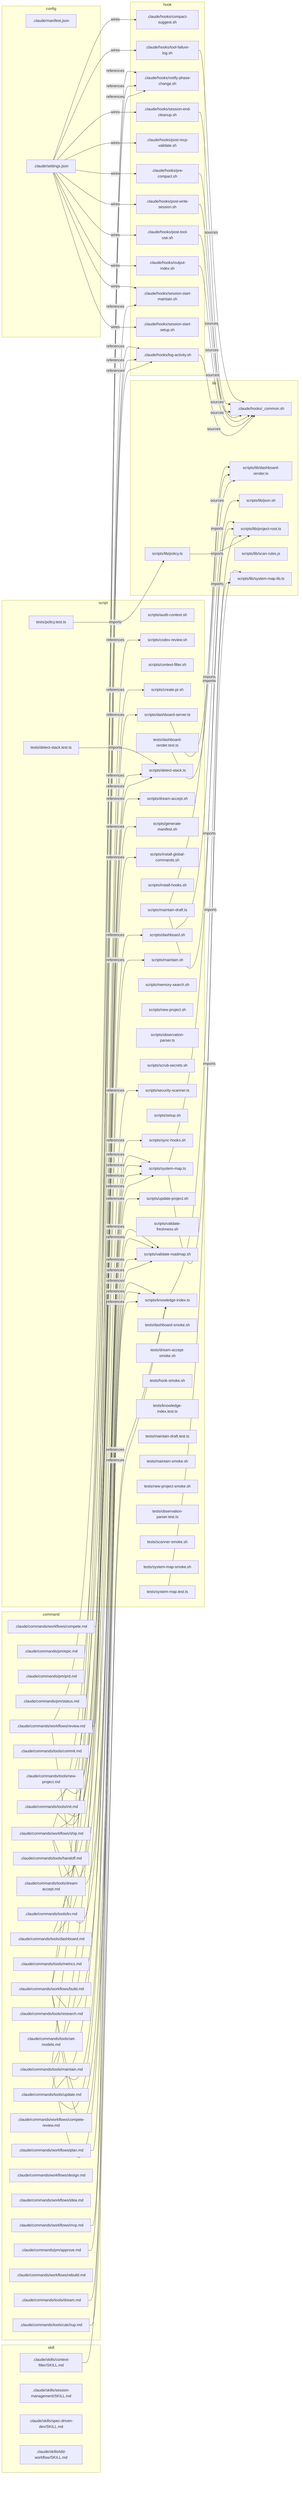
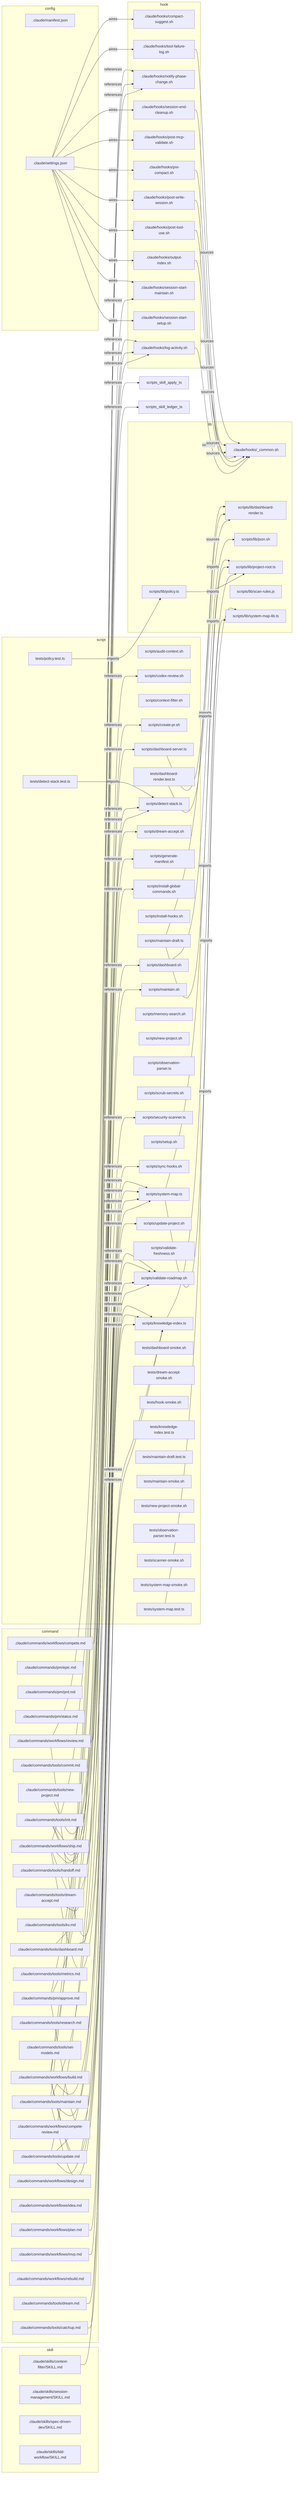
flowchart LR
  subgraph command
    c_pm_approve[".claude/commands/pm/approve.md"]
    c_pm_epic[".claude/commands/pm/epic.md"]
    c_pm_prd[".claude/commands/pm/prd.md"]
    c_pm_status[".claude/commands/pm/status.md"]
    c_tools_catchup[".claude/commands/tools/catchup.md"]
    c_tools_commit[".claude/commands/tools/commit.md"]
    c_tools_dashboard[".claude/commands/tools/dashboard.md"]
    c_tools_dream_accept[".claude/commands/tools/dream-accept.md"]
    c_tools_dream[".claude/commands/tools/dream.md"]
    c_tools_handoff[".claude/commands/tools/handoff.md"]
    c_tools_init[".claude/commands/tools/init.md"]
    c_tools_kv[".claude/commands/tools/kv.md"]
    c_tools_maintain[".claude/commands/tools/maintain.md"]
    c_tools_metrics[".claude/commands/tools/metrics.md"]
    c_tools_new_project[".claude/commands/tools/new-project.md"]
    c_tools_research[".claude/commands/tools/research.md"]
    c_tools_set_models[".claude/commands/tools/set-models.md"]
    c_tools_update[".claude/commands/tools/update.md"]
    c_workflows_build[".claude/commands/workflows/build.md"]
    c_workflows_compete_review[".claude/commands/workflows/compete-review.md"]
    c_workflows_compete[".claude/commands/workflows/compete.md"]
    c_workflows_design[".claude/commands/workflows/design.md"]
    c_workflows_idea[".claude/commands/workflows/idea.md"]
    c_workflows_mvp[".claude/commands/workflows/mvp.md"]
    c_workflows_plan[".claude/commands/workflows/plan.md"]
    c_workflows_rebuild[".claude/commands/workflows/rebuild.md"]
    c_workflows_review[".claude/commands/workflows/review.md"]
    c_workflows_ship[".claude/commands/workflows/ship.md"]
  end
  subgraph config
    cfg_manifest[".claude/manifest.json"]
    cfg_settings[".claude/settings.json"]
  end
  subgraph hook
    h_compact_suggest[".claude/hooks/compact-suggest.sh"]
    h_log_activity[".claude/hooks/log-activity.sh"]
    h_notify_phase_change[".claude/hooks/notify-phase-change.sh"]
    h_output_index[".claude/hooks/output-index.sh"]
    h_post_mcp_validate[".claude/hooks/post-mcp-validate.sh"]
    h_post_tool_use[".claude/hooks/post-tool-use.sh"]
    h_post_write_session[".claude/hooks/post-write-session.sh"]
    h_pre_compact[".claude/hooks/pre-compact.sh"]
    h_session_end_cleanup[".claude/hooks/session-end-cleanup.sh"]
    h_session_start_maintain[".claude/hooks/session-start-maintain.sh"]
    h_session_start_setup[".claude/hooks/session-start-setup.sh"]
    h_tool_failure_log[".claude/hooks/tool-failure-log.sh"]
  end
  subgraph lib
    l_common[".claude/hooks/_common.sh"]
    l_dashboard_render["scripts/lib/dashboard-render.ts"]
    l_json["scripts/lib/json.sh"]
    l_policy["scripts/lib/policy.ts"]
    l_project_root["scripts/lib/project-root.ts"]
    l_scan_rules["scripts/lib/scan-rules.js"]
    l_system_map_lib["scripts/lib/system-map-lib.ts"]
  end
  subgraph script
    s_audit_context["scripts/audit-context.sh"]
    s_codex_review["scripts/codex-review.sh"]
    s_context_filter["scripts/context-filter.sh"]
    s_create_pr["scripts/create-pr.sh"]
    s_dashboard_server["scripts/dashboard-server.ts"]
    s_dashboard["scripts/dashboard.sh"]
    s_detect_stack["scripts/detect-stack.ts"]
    s_dream_accept["scripts/dream-accept.sh"]
    s_generate_manifest["scripts/generate-manifest.sh"]
    s_install_global_commands["scripts/install-global-commands.sh"]
    s_install_hooks["scripts/install-hooks.sh"]
    s_knowledge_index["scripts/knowledge-index.ts"]
    s_maintain_draft["scripts/maintain-draft.ts"]
    s_maintain["scripts/maintain.sh"]
    s_memory_search["scripts/memory-search.sh"]
    s_new_project["scripts/new-project.sh"]
    s_observation_parser["scripts/observation-parser.ts"]
    s_scrub_secrets["scripts/scrub-secrets.sh"]
    s_security_scanner["scripts/security-scanner.ts"]
    s_setup["scripts/setup.sh"]
    s_sync_hooks["scripts/sync-hooks.sh"]
    s_system_map["scripts/system-map.ts"]
    s_update_project["scripts/update-project.sh"]
    s_validate_freshness["scripts/validate-freshness.sh"]
    s_validate_roadmap["scripts/validate-roadmap.sh"]
    s_dashboard_render_test["tests/dashboard-render.test.ts"]
    s_dashboard_smoke["tests/dashboard-smoke.sh"]
    s_detect_stack_test["tests/detect-stack.test.ts"]
    s_dream_accept_smoke["tests/dream-accept-smoke.sh"]
    s_hook_smoke["tests/hook-smoke.sh"]
    s_knowledge_index_test["tests/knowledge-index.test.ts"]
    s_maintain_draft_test["tests/maintain-draft.test.ts"]
    s_maintain_smoke["tests/maintain-smoke.sh"]
    s_new_project_smoke["tests/new-project-smoke.sh"]
    s_observation_parser_test["tests/observation-parser.test.ts"]
    s_policy_test["tests/policy.test.ts"]
    s_scanner_smoke["tests/scanner-smoke.sh"]
    s_system_map_smoke["tests/system-map-smoke.sh"]
    s_system_map_test["tests/system-map.test.ts"]
  end
  subgraph skill
    sk_context_filter_skill[".claude/skills/context-filter/SKILL.md"]
    sk_session_management_skill[".claude/skills/session-management/SKILL.md"]
    sk_spec_driven_dev_skill[".claude/skills/spec-driven-dev/SKILL.md"]
    sk_tdd_workflow_skill[".claude/skills/tdd-workflow/SKILL.md"]
  end
  c_pm_approve -->|references| s_validate_roadmap
+   c_pm_approve -->|references| scripts_skill_apply_ts
+   c_pm_approve -->|references| scripts_skill_ledger_ts
  c_tools_catchup -->|references| s_knowledge_index
  c_tools_dashboard -->|references| s_dashboard
  c_tools_dashboard -->|references| s_dashboard_server
  c_tools_dream -->|references| s_knowledge_index
  c_tools_dream_accept -->|references| s_dream_accept
  c_tools_init -->|references| s_codex_review
  c_tools_init -->|references| s_detect_stack
  c_tools_init -->|references| s_install_global_commands
  c_tools_maintain -->|references| h_session_start_maintain
  c_tools_maintain -->|references| s_knowledge_index
  c_tools_maintain -->|references| s_maintain
  c_tools_maintain -->|references| s_system_map
  c_tools_new_project -->|references| s_detect_stack
  c_tools_update -->|references| s_generate_manifest
  c_tools_update -->|references| s_sync_hooks
  c_tools_update -->|references| s_update_project
  c_workflows_build -->|references| h_log_activity
  c_workflows_build -->|references| h_notify_phase_change
  c_workflows_build -->|references| s_knowledge_index
  c_workflows_build -->|references| s_system_map
  c_workflows_build -->|references| s_validate_roadmap
  c_workflows_compete -->|references| h_notify_phase_change
  c_workflows_mvp -->|references| s_validate_roadmap
  c_workflows_plan -->|references| s_validate_roadmap
  c_workflows_review -->|references| h_log_activity
  c_workflows_review -->|references| h_notify_phase_change
  c_workflows_review -->|references| s_system_map
  c_workflows_ship -->|references| h_log_activity
  c_workflows_ship -->|references| s_create_pr
  c_workflows_ship -->|references| s_security_scanner
  c_workflows_ship -->|references| s_system_map
  cfg_settings -->|wires| h_compact_suggest
  cfg_settings -->|wires| h_output_index
  cfg_settings -->|wires| h_post_mcp_validate
  cfg_settings -->|wires| h_post_tool_use
  cfg_settings -->|wires| h_post_write_session
  cfg_settings -->|wires| h_pre_compact
  cfg_settings -->|wires| h_session_end_cleanup
  cfg_settings -->|wires| h_session_start_maintain
  cfg_settings -->|wires| h_session_start_setup
  cfg_settings -->|wires| h_tool_failure_log
  h_log_activity -->|sources| l_common
  h_output_index -->|sources| l_common
  h_post_tool_use -->|sources| l_common
  h_post_write_session -->|sources| l_common
  h_pre_compact -->|sources| l_common
  h_session_end_cleanup -->|sources| l_common
  h_tool_failure_log -->|sources| l_common
  l_policy -->|imports| l_project_root
  s_dashboard -->|sources| l_json
  s_dashboard_render_test -->|imports| l_dashboard_render
  s_dashboard_server -->|imports| l_dashboard_render
  s_detect_stack_test -->|imports| s_detect_stack
  s_knowledge_index -->|imports| l_project_root
  s_maintain_draft -->|imports| l_dashboard_render
  s_maintain_draft -->|imports| l_project_root
  s_policy_test -->|imports| l_policy
  s_system_map -->|imports| l_project_root
  s_system_map -->|imports| l_system_map_lib
  s_system_map_test -->|imports| l_system_map_lib
  sk_context_filter_skill -->|references| s_knowledge_index
